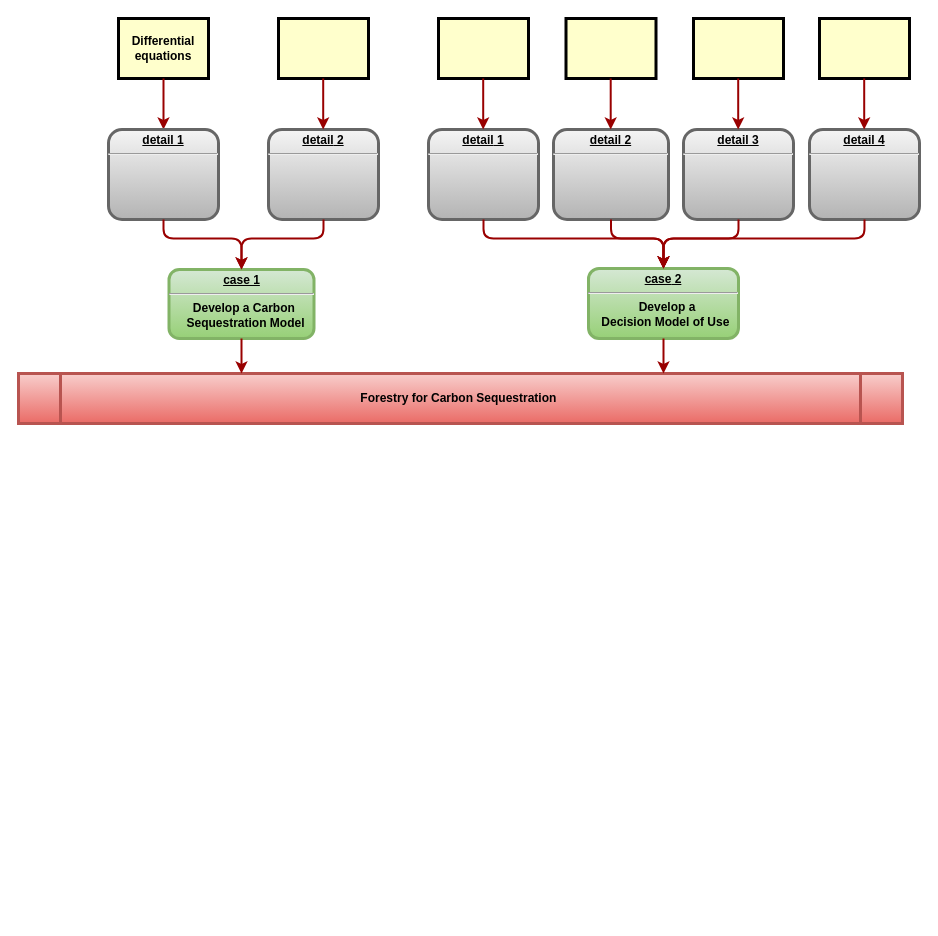
The draw.io diagram Untitled Diagram.drawio in KLGR123/KLGR123.github.io, before the edit. Source tidied: cells renumbered, new cells numbered last; positions are measured from the earlier drawing's top-left corner, leaving out a move shared by most shapes. Both pictures are drawn from the tidied source at 100%, with x=0, y=0 at pixel (18, 18).
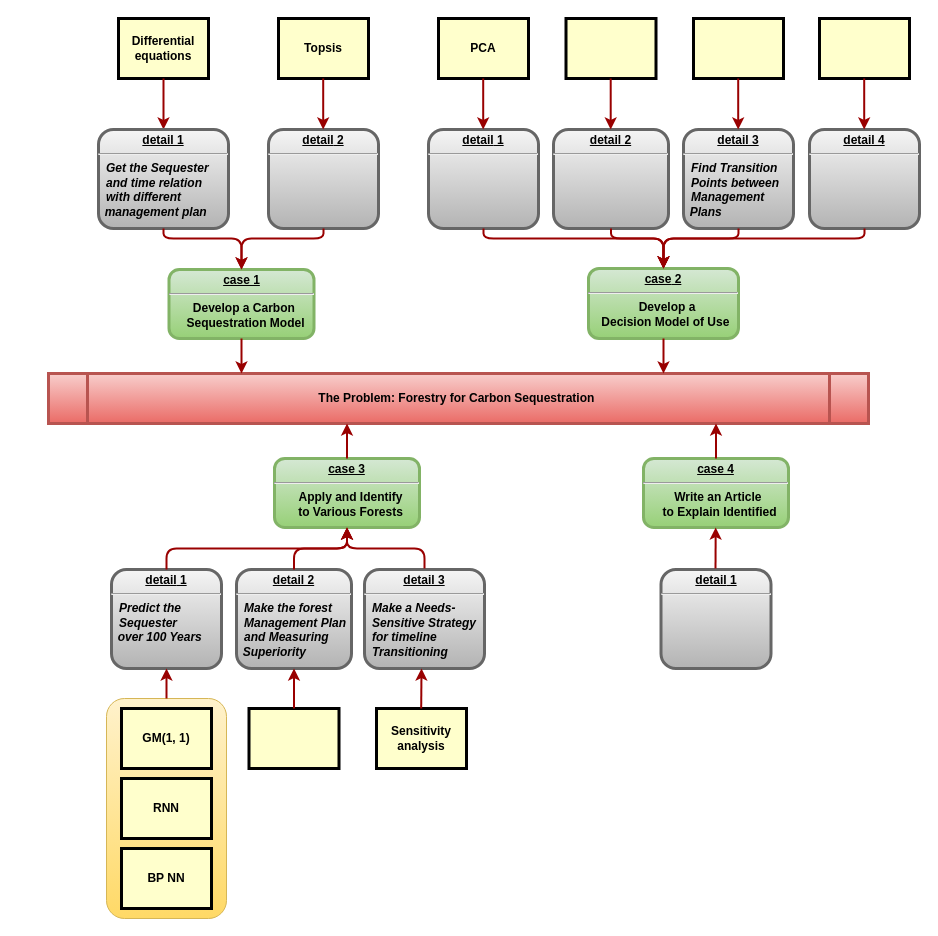
The same diagram, later.

Change to the diagram source:
```diff
@@
+    <mxCell id="31" style="rounded=1;whiteSpace=wrap;html=1;fontSize=12;fillColor=#fff2cc;strokeColor=#d6b656;gradientColor=#ffd966;" parent="1" vertex="1">
+      <mxGeometry x="88" y="680" width="120" height="220" as="geometry" />
+    </mxCell>
@@
-    <mxCell id="4" value="Forestry for Carbon Sequestration " style="shape=process;whiteSpace=wrap;align=center;verticalAlign=middle;size=0.0475;fontStyle=1;strokeWidth=3;fillColor=#f8cecc;strokeColor=#b85450;gradientColor=#ea6b66;" parent="1" vertex="1">
-      <mxGeometry y="355" width="884" height="50" as="geometry" />
+    <mxCell id="4" value="The Problem: Forestry for Carbon Sequestration " style="shape=process;whiteSpace=wrap;align=center;verticalAlign=middle;size=0.0475;fontStyle=1;strokeWidth=3;fillColor=#f8cecc;strokeColor=#b85450;gradientColor=#ea6b66;" parent="1" vertex="1">
+      <mxGeometry x="30" y="355" width="820" height="50" as="geometry" />
     </mxCell>
@@
     <mxCell id="6" value="&lt;p style=&quot;margin: 0px ; margin-top: 4px ; text-align: center ; text-decoration: underline&quot;&gt;&lt;strong&gt;detail 2&lt;br&gt;&lt;/strong&gt;&lt;/p&gt;&lt;hr&gt;&lt;p style=&quot;margin: 0px ; margin-left: 8px&quot;&gt;&lt;br&gt;&lt;/p&gt;" style="verticalAlign=middle;align=center;overflow=fill;fontSize=12;fontFamily=Helvetica;html=1;rounded=1;fontStyle=1;strokeWidth=3;fillColor=#f5f5f5;gradientColor=#b3b3b3;strokeColor=#666666;" parent="1" vertex="1">
-      <mxGeometry x="535" y="111" width="115" height="90" as="geometry" />
+      <mxGeometry x="535" y="111" width="115" height="99" as="geometry" />
     </mxCell>
     <mxCell id="7" value="&lt;p style=&quot;margin: 0px ; margin-top: 4px ; text-align: center ; text-decoration: underline&quot;&gt;&lt;strong&gt;&lt;strong&gt;detail&lt;/strong&gt;&amp;nbsp;1&lt;br&gt;&lt;/strong&gt;&lt;/p&gt;&lt;hr&gt;&lt;p style=&quot;margin: 0px ; margin-left: 8px&quot;&gt;&lt;br&gt;&lt;/p&gt;" style="verticalAlign=middle;align=center;overflow=fill;fontSize=12;fontFamily=Helvetica;html=1;rounded=1;fontStyle=1;strokeWidth=3;fillColor=#f5f5f5;gradientColor=#b3b3b3;strokeColor=#666666;" parent="1" vertex="1">
-      <mxGeometry x="410" y="111" width="110" height="90" as="geometry" />
+      <mxGeometry x="410" y="111" width="110" height="99" as="geometry" />
     </mxCell>
-    <mxCell id="8" style="whiteSpace=wrap;align=center;verticalAlign=middle;fontStyle=1;strokeWidth=3;fillColor=#FFFFCC;" parent="1" vertex="1">
+    <mxCell id="8" value="PCA" style="whiteSpace=wrap;align=center;verticalAlign=middle;fontStyle=1;strokeWidth=3;fillColor=#FFFFCC;" parent="1" vertex="1">
       <mxGeometry x="420" width="90" height="60" as="geometry" />
     </mxCell>
@@
-    <mxCell id="14" value="&lt;p style=&quot;margin: 0px ; margin-top: 4px ; text-align: center ; text-decoration: underline&quot;&gt;&lt;strong&gt;detail 1&lt;br&gt;&lt;/strong&gt;&lt;/p&gt;&lt;hr&gt;&lt;p style=&quot;margin: 0px ; margin-left: 8px&quot;&gt;&lt;br&gt;&lt;/p&gt;" style="verticalAlign=middle;align=center;overflow=fill;fontSize=12;fontFamily=Helvetica;html=1;rounded=1;fontStyle=1;strokeWidth=3;fillColor=#f5f5f5;gradientColor=#b3b3b3;strokeColor=#666666;" parent="1" vertex="1">
-      <mxGeometry x="90" y="111" width="110" height="90" as="geometry" />
+    <mxCell id="14" value="&lt;p style=&quot;margin: 0px ; margin-top: 4px ; text-align: center ; text-decoration: underline&quot;&gt;&lt;strong&gt;detail 1&lt;br&gt;&lt;/strong&gt;&lt;/p&gt;&lt;hr&gt;&lt;p style=&quot;text-align: left ; margin: 0px ; margin-left: 8px&quot;&gt;&lt;i&gt;Get the Sequester&lt;/i&gt;&lt;/p&gt;&lt;p style=&quot;text-align: left ; margin: 0px ; margin-left: 8px&quot;&gt;&lt;i&gt;and time relation&lt;/i&gt;&lt;/p&gt;&lt;p style=&quot;text-align: left ; margin: 0px ; margin-left: 8px&quot;&gt;&lt;i&gt;with different&amp;nbsp;&lt;/i&gt;&lt;/p&gt;&lt;p style=&quot;margin: 0px ; margin-left: 8px&quot;&gt;&lt;/p&gt;&lt;div style=&quot;text-align: left&quot;&gt;&lt;i&gt;&amp;nbsp; management plan&lt;/i&gt;&lt;/div&gt;&lt;p&gt;&lt;/p&gt;" style="verticalAlign=middle;align=center;overflow=fill;fontSize=12;fontFamily=Helvetica;html=1;rounded=1;fontStyle=1;strokeWidth=3;fillColor=#f5f5f5;gradientColor=#b3b3b3;strokeColor=#666666;" parent="1" vertex="1">
+      <mxGeometry x="80" y="111" width="130" height="99" as="geometry" />
     </mxCell>
     <mxCell id="15" value="&lt;p style=&quot;margin: 0px ; margin-top: 4px ; text-align: center ; text-decoration: underline&quot;&gt;&lt;strong&gt;&lt;strong&gt;detail&lt;/strong&gt;&amp;nbsp;2&lt;br&gt;&lt;/strong&gt;&lt;/p&gt;&lt;hr&gt;&lt;p style=&quot;margin: 0px ; margin-left: 8px&quot;&gt;&lt;br&gt;&lt;/p&gt;" style="verticalAlign=middle;align=center;overflow=fill;fontSize=12;fontFamily=Helvetica;html=1;rounded=1;fontStyle=1;strokeWidth=3;fillColor=#f5f5f5;gradientColor=#b3b3b3;strokeColor=#666666;" parent="1" vertex="1">
-      <mxGeometry x="250" y="111" width="110" height="90" as="geometry" />
+      <mxGeometry x="250" y="111" width="110" height="99" as="geometry" />
     </mxCell>
@@
-    <mxCell id="17" style="whiteSpace=wrap;align=center;verticalAlign=middle;fontStyle=1;strokeWidth=3;fillColor=#FFFFCC;" parent="1" vertex="1">
+    <mxCell id="17" value="Topsis" style="whiteSpace=wrap;align=center;verticalAlign=middle;fontStyle=1;strokeWidth=3;fillColor=#FFFFCC;" parent="1" vertex="1">
       <mxGeometry x="260" width="90" height="60" as="geometry" />
     </mxCell>
@@
-    <mxCell id="21" value="&lt;p style=&quot;margin: 0px ; margin-top: 4px ; text-align: center ; text-decoration: underline&quot;&gt;&lt;strong&gt;detail 3&lt;br&gt;&lt;/strong&gt;&lt;/p&gt;&lt;hr&gt;&lt;p style=&quot;margin: 0px ; margin-left: 8px&quot;&gt;&lt;br&gt;&lt;/p&gt;" style="verticalAlign=middle;align=center;overflow=fill;fontSize=12;fontFamily=Helvetica;html=1;rounded=1;fontStyle=1;strokeWidth=3;fillColor=#f5f5f5;gradientColor=#b3b3b3;strokeColor=#666666;" parent="1" vertex="1">
-      <mxGeometry x="665" y="111" width="110" height="90" as="geometry" />
+    <mxCell id="21" value="&lt;p style=&quot;margin: 0px ; margin-top: 4px ; text-align: center ; text-decoration: underline&quot;&gt;&lt;strong&gt;detail 3&lt;br&gt;&lt;/strong&gt;&lt;/p&gt;&lt;hr&gt;&lt;p style=&quot;text-align: left ; margin: 0px ; margin-left: 8px&quot;&gt;&lt;i&gt;Find Transition&lt;/i&gt;&lt;/p&gt;&lt;p style=&quot;text-align: left ; margin: 0px ; margin-left: 8px&quot;&gt;&lt;i&gt;Points between&lt;/i&gt;&lt;/p&gt;&lt;p style=&quot;text-align: left ; margin: 0px ; margin-left: 8px&quot;&gt;&lt;i&gt;Management&amp;nbsp;&lt;/i&gt;&lt;/p&gt;&lt;p style=&quot;margin: 0px ; margin-left: 8px&quot;&gt;&lt;/p&gt;&lt;div style=&quot;text-align: left&quot;&gt;&lt;i&gt;&amp;nbsp; Plans&lt;/i&gt;&lt;/div&gt;&lt;p&gt;&lt;/p&gt;" style="verticalAlign=middle;align=center;overflow=fill;fontSize=12;fontFamily=Helvetica;html=1;rounded=1;fontStyle=1;strokeWidth=3;fillColor=#f5f5f5;gradientColor=#b3b3b3;strokeColor=#666666;" parent="1" vertex="1">
+      <mxGeometry x="665" y="111" width="110" height="99" as="geometry" />
     </mxCell>
     <mxCell id="22" value="&lt;p style=&quot;margin: 0px ; margin-top: 4px ; text-align: center ; text-decoration: underline&quot;&gt;&lt;strong&gt;detail 4&lt;br&gt;&lt;/strong&gt;&lt;/p&gt;&lt;hr&gt;&lt;p style=&quot;margin: 0px ; margin-left: 8px&quot;&gt;&lt;br&gt;&lt;/p&gt;" style="verticalAlign=middle;align=center;overflow=fill;fontSize=12;fontFamily=Helvetica;html=1;rounded=1;fontStyle=1;strokeWidth=3;fillColor=#f5f5f5;gradientColor=#b3b3b3;strokeColor=#666666;" parent="1" vertex="1">
-      <mxGeometry x="791" y="111" width="110" height="90" as="geometry" />
+      <mxGeometry x="791" y="111" width="110" height="99" as="geometry" />
     </mxCell>
@@
+    <mxCell id="32" value="&lt;p style=&quot;margin: 0px ; margin-top: 4px ; text-align: center ; text-decoration: underline&quot;&gt;&lt;strong&gt;case 3&lt;br&gt;&lt;/strong&gt;&lt;/p&gt;&lt;hr&gt;&lt;p style=&quot;margin: 0px ; margin-left: 8px&quot;&gt;Apply and Identify&lt;/p&gt;&lt;p style=&quot;margin: 0px ; margin-left: 8px&quot;&gt;to Various Forests&lt;/p&gt;" style="verticalAlign=middle;align=center;overflow=fill;fontSize=12;fontFamily=Helvetica;html=1;rounded=1;fontStyle=1;strokeWidth=3;fillColor=#d5e8d4;strokeColor=#82b366;gradientColor=#97d077;" parent="1" vertex="1">
+      <mxGeometry x="256" y="440" width="145" height="69" as="geometry" />
+    </mxCell>
+    <mxCell id="33" style="edgeStyle=elbowEdgeStyle;elbow=horizontal;strokeColor=#990000;strokeWidth=2;" parent="1" edge="1">
+      <mxGeometry relative="1" as="geometry">
+        <mxPoint x="328.5" y="440" as="sourcePoint" />
+        <mxPoint x="328.2" y="405" as="targetPoint" />
+        <Array as="points">
+          <mxPoint x="328.5" y="440" />
+        </Array>
+      </mxGeometry>
+    </mxCell>
+    <mxCell id="34" value="&lt;p style=&quot;margin: 0px ; margin-top: 4px ; text-align: center ; text-decoration: underline&quot;&gt;&lt;strong&gt;case 4&lt;br&gt;&lt;/strong&gt;&lt;/p&gt;&lt;hr&gt;&lt;p style=&quot;margin: 0px ; margin-left: 8px&quot;&gt;Write an Article&amp;nbsp;&lt;/p&gt;&lt;p style=&quot;margin: 0px ; margin-left: 8px&quot;&gt;to Explain Identified&lt;/p&gt;" style="verticalAlign=middle;align=center;overflow=fill;fontSize=12;fontFamily=Helvetica;html=1;rounded=1;fontStyle=1;strokeWidth=3;fillColor=#d5e8d4;strokeColor=#82b366;gradientColor=#97d077;" parent="1" vertex="1">
+      <mxGeometry x="625" y="440" width="145" height="69" as="geometry" />
+    </mxCell>
+    <mxCell id="35" style="edgeStyle=elbowEdgeStyle;elbow=horizontal;strokeColor=#990000;strokeWidth=2;" parent="1" edge="1">
+      <mxGeometry relative="1" as="geometry">
+        <mxPoint x="697.5" y="440" as="sourcePoint" />
+        <mxPoint x="697.2" y="405" as="targetPoint" />
+        <Array as="points">
+          <mxPoint x="697.5" y="440" />
+        </Array>
+      </mxGeometry>
+    </mxCell>
+    <mxCell id="36" value="&lt;p style=&quot;margin: 0px ; margin-top: 4px ; text-align: center ; text-decoration: underline&quot;&gt;&lt;strong&gt;detail 2&lt;br&gt;&lt;/strong&gt;&lt;/p&gt;&lt;hr&gt;&lt;p style=&quot;text-align: left ; margin: 0px ; margin-left: 8px&quot;&gt;&lt;i&gt;Make the forest&lt;/i&gt;&lt;/p&gt;&lt;p style=&quot;text-align: left ; margin: 0px ; margin-left: 8px&quot;&gt;&lt;i&gt;Management Plan&lt;/i&gt;&lt;/p&gt;&lt;p style=&quot;text-align: left ; margin: 0px ; margin-left: 8px&quot;&gt;&lt;i&gt;and&amp;nbsp;Measuring&amp;nbsp;&lt;/i&gt;&lt;/p&gt;&lt;p style=&quot;margin: 0px ; margin-left: 8px&quot;&gt;&lt;/p&gt;&lt;div style=&quot;text-align: left&quot;&gt;&lt;i&gt;&amp;nbsp; Superiority&lt;/i&gt;&lt;/div&gt;&lt;p&gt;&lt;/p&gt;" style="verticalAlign=middle;align=center;overflow=fill;fontSize=12;fontFamily=Helvetica;html=1;rounded=1;fontStyle=1;strokeWidth=3;fillColor=#f5f5f5;gradientColor=#b3b3b3;strokeColor=#666666;" parent="1" vertex="1">
+      <mxGeometry x="218" y="551" width="115" height="99" as="geometry" />
+    </mxCell>
+    <mxCell id="37" value="&lt;p style=&quot;margin: 0px ; margin-top: 4px ; text-align: center ; text-decoration: underline&quot;&gt;&lt;strong&gt;&lt;strong&gt;detail&lt;/strong&gt;&amp;nbsp;1&lt;br&gt;&lt;/strong&gt;&lt;/p&gt;&lt;hr&gt;&lt;p style=&quot;text-align: left ; margin: 0px 0px 0px 8px&quot;&gt;&lt;font style=&quot;font-size: 12px&quot;&gt;&lt;i&gt;Predict the&amp;nbsp;&lt;/i&gt;&lt;/font&gt;&lt;/p&gt;&lt;p style=&quot;text-align: left ; margin: 0px 0px 0px 8px&quot;&gt;&lt;font style=&quot;font-size: 12px&quot;&gt;&lt;i&gt;Sequester&lt;/i&gt;&lt;/font&gt;&lt;/p&gt;&lt;p style=&quot;margin: 0px 0px 0px 8px&quot;&gt;&lt;/p&gt;&lt;div style=&quot;text-align: left&quot;&gt;&lt;i&gt;&amp;nbsp; over 100 Years&lt;/i&gt;&lt;/div&gt;&lt;p&gt;&lt;/p&gt;" style="verticalAlign=middle;align=center;overflow=fill;fontSize=12;fontFamily=Helvetica;html=1;rounded=1;fontStyle=1;strokeWidth=3;fillColor=#f5f5f5;gradientColor=#b3b3b3;strokeColor=#666666;" parent="1" vertex="1">
+      <mxGeometry x="93" y="551" width="110" height="99" as="geometry" />
+    </mxCell>
+    <mxCell id="38" value="GM(1, 1)" style="whiteSpace=wrap;align=center;verticalAlign=middle;fontStyle=1;strokeWidth=3;fillColor=#FFFFCC;" parent="1" vertex="1">
+      <mxGeometry x="103" y="690" width="90" height="60" as="geometry" />
+    </mxCell>
+    <mxCell id="39" style="whiteSpace=wrap;align=center;verticalAlign=middle;fontStyle=1;strokeWidth=3;fillColor=#FFFFCC;" parent="1" vertex="1">
+      <mxGeometry x="230.5" y="690" width="90" height="60" as="geometry" />
+    </mxCell>
+    <mxCell id="40" style="edgeStyle=none;noEdgeStyle=1;strokeColor=#990000;strokeWidth=2;exitX=0.5;exitY=0;exitDx=0;exitDy=0;entryX=0.5;entryY=1;entryDx=0;entryDy=0;" parent="1" edge="1" source="39" target="36">
+      <mxGeometry relative="1" as="geometry" />
+    </mxCell>
+    <mxCell id="41" value="&lt;p style=&quot;margin: 0px ; margin-top: 4px ; text-align: center ; text-decoration: underline&quot;&gt;&lt;strong&gt;detail 3&lt;br&gt;&lt;/strong&gt;&lt;/p&gt;&lt;hr&gt;&lt;p style=&quot;text-align: left ; margin: 0px ; margin-left: 8px&quot;&gt;&lt;i&gt;Make a Needs-&amp;nbsp;&lt;/i&gt;&lt;/p&gt;&lt;p style=&quot;text-align: left ; margin: 0px ; margin-left: 8px&quot;&gt;&lt;i&gt;Sensitive Strategy&lt;/i&gt;&lt;/p&gt;&lt;p style=&quot;text-align: left ; margin: 0px ; margin-left: 8px&quot;&gt;&lt;i&gt;for timeline&amp;nbsp;&lt;/i&gt;&lt;/p&gt;&lt;p style=&quot;text-align: left ; margin: 0px ; margin-left: 8px&quot;&gt;&lt;i&gt;Transitioning&lt;/i&gt;&lt;/p&gt;&lt;p style=&quot;margin: 0px ; margin-left: 8px&quot;&gt;&lt;br&gt;&lt;/p&gt;" style="verticalAlign=middle;align=center;overflow=fill;fontSize=12;fontFamily=Helvetica;html=1;rounded=1;fontStyle=1;strokeWidth=3;fillColor=#f5f5f5;gradientColor=#b3b3b3;strokeColor=#666666;" parent="1" vertex="1">
+      <mxGeometry x="346" y="551" width="120" height="99" as="geometry" />
+    </mxCell>
+    <mxCell id="42" value="Sensitivity analysis" style="whiteSpace=wrap;align=center;verticalAlign=middle;fontStyle=1;strokeWidth=3;fillColor=#FFFFCC;" parent="1" vertex="1">
+      <mxGeometry x="358" y="690" width="90" height="60" as="geometry" />
+    </mxCell>
+    <mxCell id="43" style="edgeStyle=none;noEdgeStyle=1;strokeColor=#990000;strokeWidth=2;exitX=0.5;exitY=0;exitDx=0;exitDy=0;" parent="1" edge="1">
+      <mxGeometry relative="1" as="geometry">
+        <mxPoint x="402.7" y="690" as="sourcePoint" />
+        <mxPoint x="403" y="650" as="targetPoint" />
+      </mxGeometry>
+    </mxCell>
+    <mxCell id="44" style="edgeStyle=none;noEdgeStyle=1;strokeColor=#990000;strokeWidth=2;" parent="1" edge="1">
+      <mxGeometry relative="1" as="geometry">
+        <mxPoint x="148" y="680" as="sourcePoint" />
+        <mxPoint x="148" y="650" as="targetPoint" />
+      </mxGeometry>
+    </mxCell>
+    <mxCell id="45" value="&lt;p style=&quot;margin: 0px ; margin-top: 4px ; text-align: center ; text-decoration: underline&quot;&gt;&lt;strong&gt;&lt;strong&gt;detail&lt;/strong&gt;&amp;nbsp;1&lt;br&gt;&lt;/strong&gt;&lt;/p&gt;&lt;hr&gt;&lt;p style=&quot;margin: 0px ; margin-left: 8px&quot;&gt;&lt;br&gt;&lt;/p&gt;" style="verticalAlign=middle;align=center;overflow=fill;fontSize=12;fontFamily=Helvetica;html=1;rounded=1;fontStyle=1;strokeWidth=3;fillColor=#f5f5f5;gradientColor=#b3b3b3;strokeColor=#666666;" parent="1" vertex="1">
+      <mxGeometry x="642.5" y="551" width="110" height="99" as="geometry" />
+    </mxCell>
+    <mxCell id="46" style="edgeStyle=none;noEdgeStyle=1;strokeColor=#990000;strokeWidth=2;entryX=0.5;entryY=1;entryDx=0;entryDy=0;" parent="1" edge="1">
+      <mxGeometry relative="1" as="geometry">
+        <mxPoint x="697" y="550" as="sourcePoint" />
+        <mxPoint x="697.2" y="509" as="targetPoint" />
+      </mxGeometry>
+    </mxCell>
+    <mxCell id="47" style="edgeStyle=elbowEdgeStyle;elbow=vertical;strokeColor=#990000;strokeWidth=2;entryX=0.5;entryY=1;entryDx=0;entryDy=0;" parent="1" edge="1" target="32">
+      <mxGeometry relative="1" as="geometry">
+        <mxPoint x="406" y="550" as="sourcePoint" />
+        <Array as="points">
+          <mxPoint x="366" y="530" />
+          <mxPoint x="79" y="450" />
+          <mxPoint x="69" y="460" />
+        </Array>
+      </mxGeometry>
+    </mxCell>
+    <mxCell id="48" style="edgeStyle=elbowEdgeStyle;elbow=vertical;strokeColor=#990000;strokeWidth=2;exitX=0.5;exitY=0;exitDx=0;exitDy=0;entryX=0.5;entryY=1;entryDx=0;entryDy=0;" parent="1" edge="1" source="36" target="32">
+      <mxGeometry relative="1" as="geometry">
+        <Array as="points">
+          <mxPoint x="296" y="530" />
+          <mxPoint x="296" y="530" />
+          <mxPoint x="73" y="479" />
+          <mxPoint x="63" y="489" />
+        </Array>
+      </mxGeometry>
+    </mxCell>
+    <mxCell id="49" style="edgeStyle=elbowEdgeStyle;elbow=vertical;strokeColor=#990000;strokeWidth=2;exitX=0.5;exitY=0;exitDx=0;exitDy=0;entryX=0.5;entryY=1;entryDx=0;entryDy=0;" parent="1" edge="1" source="37" target="32">
+      <mxGeometry relative="1" as="geometry">
+        <Array as="points">
+          <mxPoint x="236" y="530" />
+          <mxPoint x="217" y="521" />
+          <mxPoint x="-6" y="470" />
+          <mxPoint x="-16" y="480" />
+        </Array>
+      </mxGeometry>
+    </mxCell>
+    <mxCell id="50" value="BP NN" style="whiteSpace=wrap;align=center;verticalAlign=middle;fontStyle=1;strokeWidth=3;fillColor=#FFFFCC;" parent="1" vertex="1">
+      <mxGeometry x="103" y="830" width="90" height="60" as="geometry" />
+    </mxCell>
+    <mxCell id="51" value="RNN" style="whiteSpace=wrap;align=center;verticalAlign=middle;fontStyle=1;strokeWidth=3;fillColor=#FFFFCC;" parent="1" vertex="1">
+      <mxGeometry x="103" y="760" width="90" height="60" as="geometry" />
+    </mxCell>
```
